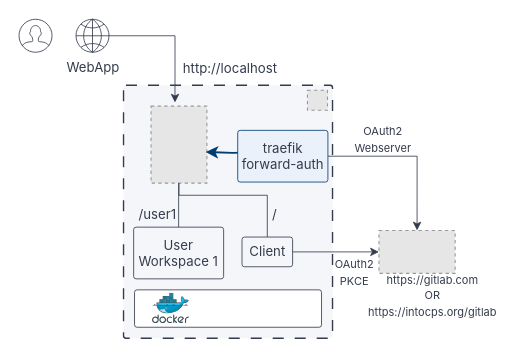
This is page "DTaaS localhost, with forward-auth" (7 of 26) of docs/assets/diagrams/dtaas-diagrams.drawio from INTO-CPS-Association/DTaaS, a draw.io file, before an edit. Source tidied: cells renumbered, new cells numbered last; positions are measured from the earlier drawing's top-left corner, leaving out a move shared by most shapes. Both pictures are drawn from the tidied source at 110%, with x=0, y=0 at pixel (19, 19). Pictures stored in the file or linked from it are replaced by grey dashed boxes.
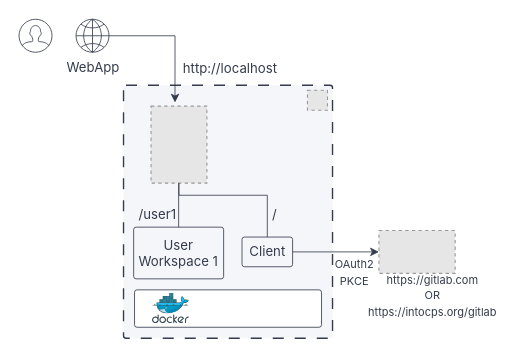
After the change.

Unchanged cells that the change refers to:
```xml
<mxCell id="5" style="fillColor=#E6E6E6;strokeColor=#999999;dashed=1;" parent="1" vertex="1">
  <mxGeometry x="119.8" y="79" width="50.8" height="70" as="geometry" />
</mxCell>
<mxCell id="10" style="fillColor=#E6E6E6;strokeColor=#999999;dashed=1;" parent="1" vertex="1">
  <mxGeometry x="327" y="192" width="69.3" height="39" as="geometry" />
</mxCell>
```

The edit, as a diff of the source:
```diff
@@
-    <mxCell id="17" style="edgeStyle=orthogonalEdgeStyle;rounded=0;jettySize=auto;html=1;exitX=1;exitY=0.5;exitDx=0;exitDy=0;entryX=0.5;entryY=0;entryDx=0;entryDy=0;strokeColor=#333b4c;strokeWidth=0.75;" parent="1" edge="1" source="20" target="10">
-      <mxGeometry relative="1" as="geometry" />
-    </mxCell>
-    <mxCell id="18" value="&lt;font style=&quot;font-size: 10px;&quot;&gt;OAuth2 Webserver&lt;/font&gt;" style="text;html=1;strokeColor=none;fillColor=none;align=center;verticalAlign=middle;whiteSpace=wrap;rounded=0;fontColor=#333b4c;fontFamily=Inter;" parent="1" vertex="1">
-      <mxGeometry x="299.8" y="94" width="62.2" height="30" as="geometry" />
-    </mxCell>
-    <mxCell id="19" style="edgeStyle=orthogonalEdgeStyle;rounded=0;jettySize=auto;html=1;exitX=0;exitY=0.5;exitDx=0;exitDy=0;entryX=0.978;entryY=0.595;entryDx=0;entryDy=0;entryPerimeter=0;strokeWidth=1.75;strokeColor=#003d73;" parent="1" edge="1" target="5">
-      <mxGeometry relative="1" as="geometry">
-        <mxPoint x="216.5" y="121" as="sourcePoint" />
-      </mxGeometry>
-    </mxCell>
-    <mxCell id="20" value="&lt;span&gt;traefik forward-auth&lt;/span&gt;" style="rounded=1;whiteSpace=wrap;html=1;fillColor=#eaf1fb;strokeColor=#003d73;strokeWidth=0.75;absoluteArcSize=1;arcSize=4.5;fontColor=#333b4c;fontFamily=Inter;" parent="1" vertex="1">
-      <mxGeometry x="198.6" y="101" width="82" height="47" as="geometry" />
-    </mxCell>
```
